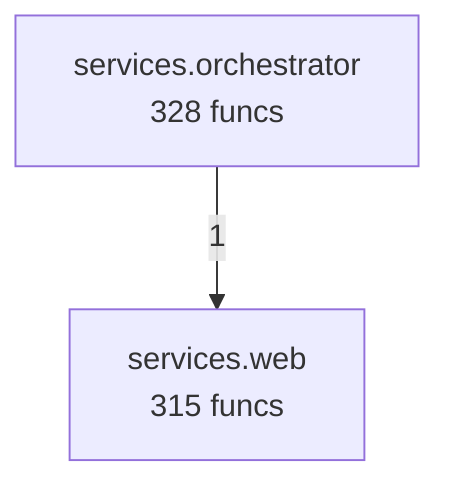
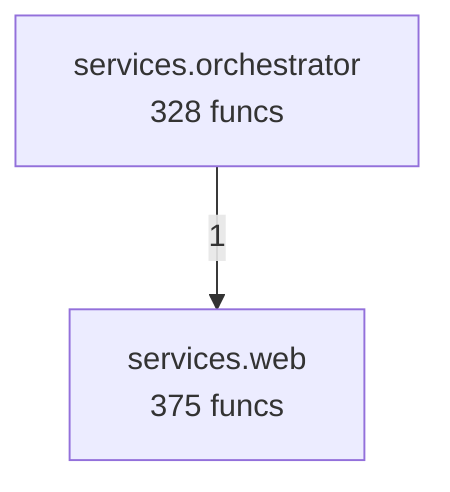
flowchart TD
%% generated in 0.02s
    services__orchestrator["services.orchestrator<br/>328 funcs"]
-     services__web["services.web<br/>315 funcs"]
+     services__web["services.web<br/>375 funcs"]
    services__orchestrator -->|1| services__web
